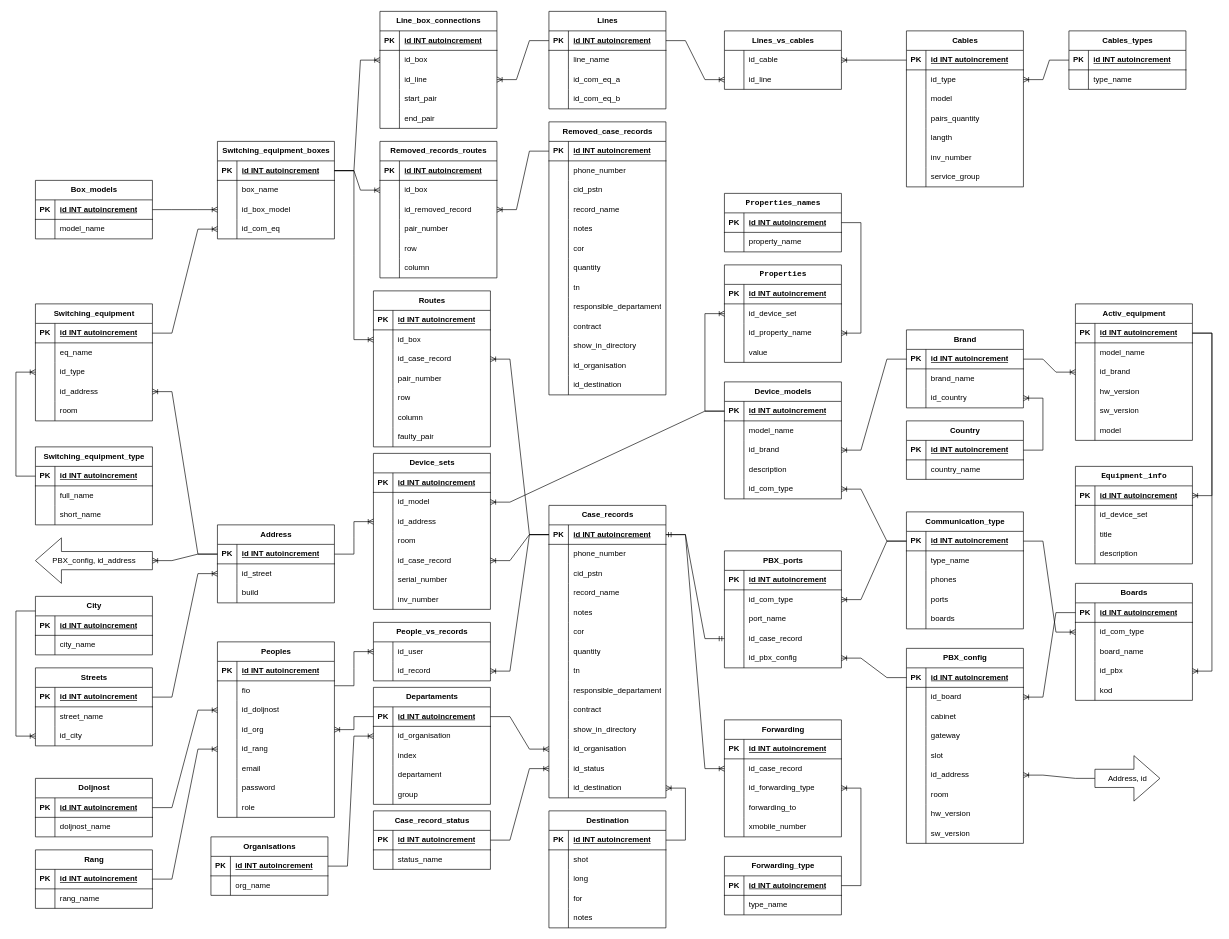
Earlier version of the draw.io diagram Project/БД для проекта.drawio (AndyHustler/HomeworkForJSFullStack). Source tidied: cells renumbered, new cells numbered last; positions are measured from the earlier drawing's top-left corner, leaving out a move shared by most shapes. Both pictures are drawn from the tidied source at 65%, with x=0, y=0 at pixel (16, 11).
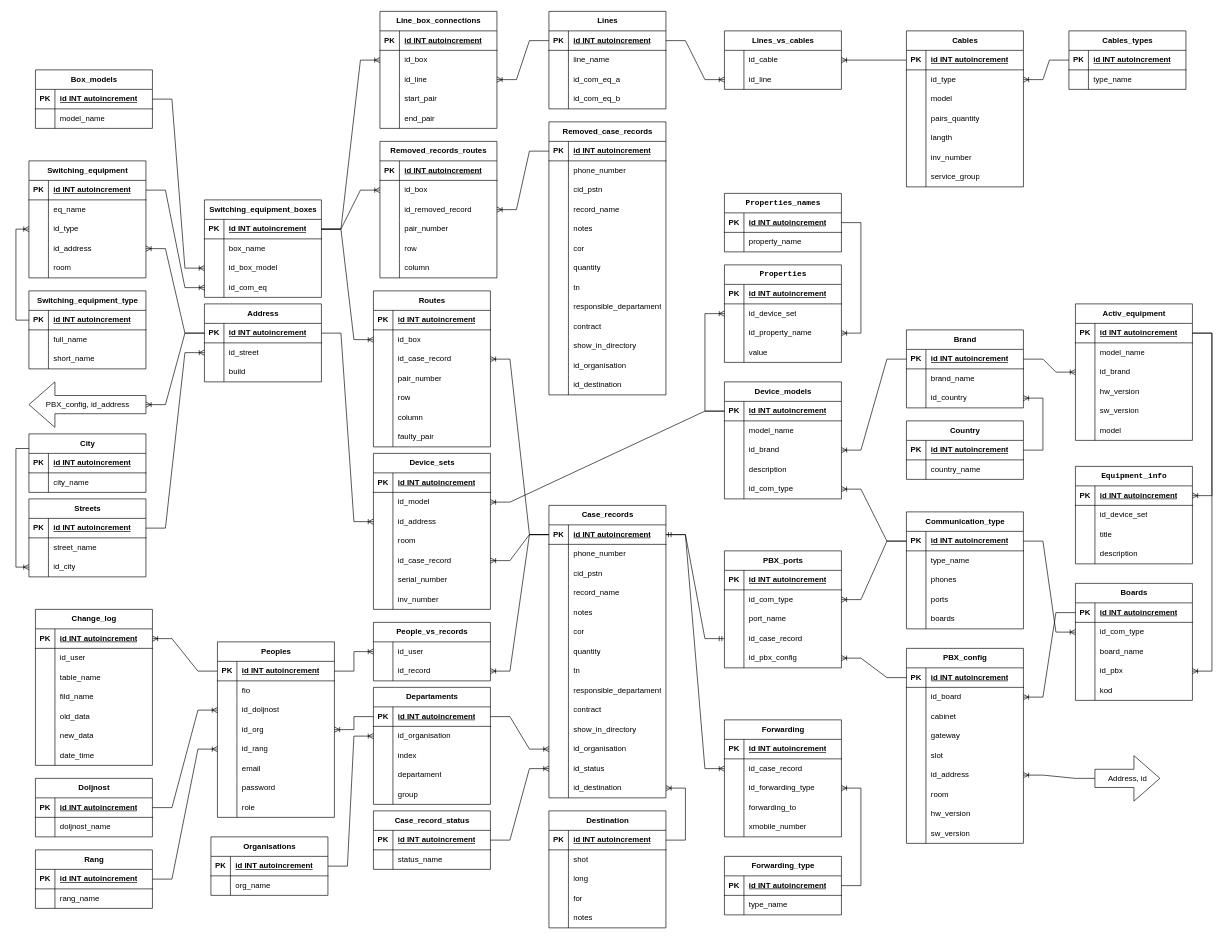
The same diagram, later.

The change refers to these unchanged cells:
```xml
<mxCell id="305" style="shape=tableRow;horizontal=0;startSize=0;swimlaneHead=0;swimlaneBody=0;fillColor=none;points=[[0,0.5],[1,0.5]];portConstraint=eastwest;top=0;left=0;right=0;bottom=0;" parent="304" vertex="1">
  <mxGeometry y="30" width="180" height="30" as="geometry" />
</mxCell>
<mxCell id="336" value="&lt;div&gt;Peoples&lt;/div&gt;" style="shape=table;startSize=30;childLayout=tableLayout;rowLines=0;fontStyle=1;align=center;html=1;" parent="1" vertex="1">
  <mxGeometry x="310" y="970" width="180" height="270" as="geometry" />
</mxCell>
<mxCell id="337" style="shape=tableRow;horizontal=0;startSize=0;swimlaneHead=0;swimlaneBody=0;fillColor=none;points=[[0,0.5],[1,0.5]];portConstraint=eastwest;top=0;left=0;right=0;bottom=1;" parent="336" vertex="1">
  <mxGeometry y="30" width="180" height="30" as="geometry" />
</mxCell>
```

What changed in the source:
```diff
@@
     <mxCell id="2" value="Switching_equipment" style="shape=table;startSize=30;childLayout=tableLayout;rowLines=0;fontStyle=1;align=center;html=1;" parent="1" vertex="1">
-      <mxGeometry x="30" y="450" width="180" height="180" as="geometry" />
+      <mxGeometry x="20" y="230" width="180" height="180" as="geometry" />
     </mxCell>
@@
     <mxCell id="18" value="Switching_equipment_boxes" style="shape=table;startSize=30;childLayout=tableLayout;rowLines=0;fontStyle=1;align=center;html=1;" parent="1" vertex="1">
-      <mxGeometry x="310" y="200" width="180" height="150" as="geometry" />
+      <mxGeometry x="290" y="290" width="180" height="150" as="geometry" />
     </mxCell>
@@
     <mxCell id="32" value="Switching_equipment_type" style="shape=table;startSize=30;childLayout=tableLayout;rowLines=0;fontStyle=1;align=center;html=1;" parent="1" vertex="1">
-      <mxGeometry x="30" y="670" width="180" height="120" as="geometry" />
+      <mxGeometry x="20" y="430" width="180" height="120" as="geometry" />
     </mxCell>
@@
     <mxCell id="43" value="Address" style="shape=table;startSize=30;childLayout=tableLayout;rowLines=0;fontStyle=1;align=center;html=1;" parent="1" vertex="1">
-      <mxGeometry x="310" y="790" width="180" height="120" as="geometry" />
+      <mxGeometry x="290" y="450" width="180" height="120" as="geometry" />
     </mxCell>
@@
     <mxCell id="87" value="Box_models" style="shape=table;startSize=30;childLayout=tableLayout;rowLines=0;fontStyle=1;align=center;html=1;" parent="1" vertex="1">
-      <mxGeometry x="30" y="260" width="180" height="90" as="geometry" />
+      <mxGeometry x="30" y="90" width="180" height="90" as="geometry" />
     </mxCell>
@@
     <mxCell id="191" value="City" style="shape=table;startSize=30;childLayout=tableLayout;rowLines=0;fontStyle=1;align=center;html=1;" parent="1" vertex="1">
-      <mxGeometry x="30" y="900" width="180" height="90" as="geometry" />
+      <mxGeometry x="20" y="650" width="180" height="90" as="geometry" />
     </mxCell>
@@
     <mxCell id="199" value="Streets" style="shape=table;startSize=30;childLayout=tableLayout;rowLines=0;fontStyle=1;align=center;html=1;" parent="1" vertex="1">
-      <mxGeometry x="30" y="1010" width="180" height="120" as="geometry" />
+      <mxGeometry x="20" y="750" width="180" height="120" as="geometry" />
     </mxCell>
@@
-    <mxCell id="362" style="edgeStyle=entityRelationEdgeStyle;fontSize=12;html=1;endArrow=ERoneToMany;rounded=0;exitX=1;exitY=0.25;exitDx=0;exitDy=0;entryX=0;entryY=0.5;entryDx=0;entryDy=0;" parent="1" edge="1" source="336" target="305">
+    <mxCell id="362" style="edgeStyle=entityRelationEdgeStyle;fontSize=12;html=1;endArrow=ERoneToMany;rounded=0;exitX=1;exitY=0.5;exitDx=0;exitDy=0;entryX=0;entryY=0.5;entryDx=0;entryDy=0;" parent="1" edge="1" source="337" target="305">
       <mxGeometry relative="1" as="geometry" />
     </mxCell>
@@
     <mxCell id="578" value="PBX_config, id_address" style="html=1;shadow=0;dashed=0;align=center;verticalAlign=middle;shape=mxgraph.arrows2.arrow;dy=0.6;dx=40;notch=0;direction=west;" parent="1" vertex="1">
-      <mxGeometry x="30" y="810" width="180" height="70" as="geometry" />
+      <mxGeometry x="20" y="570" width="180" height="70" as="geometry" />
     </mxCell>
@@
+    <mxCell id="610" value="Change_log" style="shape=table;startSize=30;childLayout=tableLayout;rowLines=0;fontStyle=1;align=center;html=1;" parent="1" vertex="1">
+      <mxGeometry x="30" y="920" width="180" height="240" as="geometry" />
+    </mxCell>
+    <mxCell id="611" style="shape=tableRow;horizontal=0;startSize=0;swimlaneHead=0;swimlaneBody=0;fillColor=none;points=[[0,0.5],[1,0.5]];portConstraint=eastwest;top=0;left=0;right=0;bottom=1;" parent="610" vertex="1">
+      <mxGeometry y="30" width="180" height="30" as="geometry" />
+    </mxCell>
+    <mxCell id="612" value="PK" style="shape=partialRectangle;fillColor=none;top=0;left=0;bottom=0;right=0;fontStyle=1;overflow=hidden;whiteSpace=wrap;html=1;" parent="611" vertex="1">
+      <mxGeometry width="30" height="30" as="geometry" />
+    </mxCell>
+    <mxCell id="613" value="id INT autoincrement" style="shape=partialRectangle;fillColor=none;top=0;left=0;bottom=0;right=0;align=left;spacingLeft=6;fontStyle=5;overflow=hidden;whiteSpace=wrap;html=1;" parent="611" vertex="1">
+      <mxGeometry x="30" width="150" height="30" as="geometry" />
+    </mxCell>
+    <mxCell id="614" style="shape=tableRow;horizontal=0;startSize=0;swimlaneHead=0;swimlaneBody=0;fillColor=none;top=0;left=0;right=0;bottom=0;" parent="610" vertex="1">
+      <mxGeometry y="60" width="180" height="30" as="geometry" />
+    </mxCell>
+    <mxCell id="615" style="shape=partialRectangle;fillColor=none;top=0;left=0;bottom=0;right=0;overflow=hidden;whiteSpace=wrap;html=1;" parent="614" vertex="1">
+      <mxGeometry width="30" height="30" as="geometry" />
+    </mxCell>
+    <mxCell id="616" value="id_user" style="shape=partialRectangle;fillColor=none;top=0;left=0;bottom=0;right=0;align=left;spacingLeft=6;overflow=hidden;whiteSpace=wrap;html=1;" parent="614" vertex="1">
+      <mxGeometry x="30" width="150" height="30" as="geometry" />
+    </mxCell>
+    <mxCell id="617" style="shape=tableRow;horizontal=0;startSize=0;swimlaneHead=0;swimlaneBody=0;fillColor=none;top=0;left=0;right=0;bottom=0;" parent="610" vertex="1">
+      <mxGeometry y="90" width="180" height="30" as="geometry" />
+    </mxCell>
+    <mxCell id="618" style="shape=partialRectangle;fillColor=none;top=0;left=0;bottom=0;right=0;overflow=hidden;whiteSpace=wrap;html=1;" parent="617" vertex="1">
+      <mxGeometry width="30" height="30" as="geometry" />
+    </mxCell>
+    <mxCell id="619" value="table_name" style="shape=partialRectangle;fillColor=none;top=0;left=0;bottom=0;right=0;align=left;spacingLeft=6;overflow=hidden;whiteSpace=wrap;html=1;" parent="617" vertex="1">
+      <mxGeometry x="30" width="150" height="30" as="geometry" />
+    </mxCell>
+    <mxCell id="620" style="shape=tableRow;horizontal=0;startSize=0;swimlaneHead=0;swimlaneBody=0;fillColor=none;top=0;left=0;right=0;bottom=0;" parent="610" vertex="1">
+      <mxGeometry y="120" width="180" height="30" as="geometry" />
+    </mxCell>
+    <mxCell id="621" style="shape=partialRectangle;fillColor=none;top=0;left=0;bottom=0;right=0;overflow=hidden;whiteSpace=wrap;html=1;" parent="620" vertex="1">
+      <mxGeometry width="30" height="30" as="geometry" />
+    </mxCell>
+    <mxCell id="622" value="fild_name" style="shape=partialRectangle;fillColor=none;top=0;left=0;bottom=0;right=0;align=left;spacingLeft=6;overflow=hidden;whiteSpace=wrap;html=1;" parent="620" vertex="1">
+      <mxGeometry x="30" width="150" height="30" as="geometry" />
+    </mxCell>
+    <mxCell id="623" style="shape=tableRow;horizontal=0;startSize=0;swimlaneHead=0;swimlaneBody=0;fillColor=none;top=0;left=0;right=0;bottom=0;" parent="610" vertex="1">
+      <mxGeometry y="150" width="180" height="30" as="geometry" />
+    </mxCell>
+    <mxCell id="624" style="shape=partialRectangle;fillColor=none;top=0;left=0;bottom=0;right=0;overflow=hidden;whiteSpace=wrap;html=1;" parent="623" vertex="1">
+      <mxGeometry width="30" height="30" as="geometry" />
+    </mxCell>
+    <mxCell id="625" value="old_data" style="shape=partialRectangle;fillColor=none;top=0;left=0;bottom=0;right=0;align=left;spacingLeft=6;overflow=hidden;whiteSpace=wrap;html=1;" parent="623" vertex="1">
+      <mxGeometry x="30" width="150" height="30" as="geometry" />
+    </mxCell>
+    <mxCell id="626" style="shape=tableRow;horizontal=0;startSize=0;swimlaneHead=0;swimlaneBody=0;fillColor=none;top=0;left=0;right=0;bottom=0;" parent="610" vertex="1">
+      <mxGeometry y="180" width="180" height="30" as="geometry" />
+    </mxCell>
+    <mxCell id="627" style="shape=partialRectangle;fillColor=none;top=0;left=0;bottom=0;right=0;overflow=hidden;whiteSpace=wrap;html=1;" parent="626" vertex="1">
+      <mxGeometry width="30" height="30" as="geometry" />
+    </mxCell>
+    <mxCell id="628" value="new_data" style="shape=partialRectangle;fillColor=none;top=0;left=0;bottom=0;right=0;align=left;spacingLeft=6;overflow=hidden;whiteSpace=wrap;html=1;" parent="626" vertex="1">
+      <mxGeometry x="30" width="150" height="30" as="geometry" />
+    </mxCell>
+    <mxCell id="629" style="shape=tableRow;horizontal=0;startSize=0;swimlaneHead=0;swimlaneBody=0;fillColor=none;top=0;left=0;right=0;bottom=0;" parent="610" vertex="1">
+      <mxGeometry y="210" width="180" height="30" as="geometry" />
+    </mxCell>
+    <mxCell id="630" style="shape=partialRectangle;fillColor=none;top=0;left=0;bottom=0;right=0;overflow=hidden;whiteSpace=wrap;html=1;" parent="629" vertex="1">
+      <mxGeometry width="30" height="30" as="geometry" />
+    </mxCell>
+    <mxCell id="631" value="date_time" style="shape=partialRectangle;fillColor=none;top=0;left=0;bottom=0;right=0;align=left;spacingLeft=6;overflow=hidden;whiteSpace=wrap;html=1;" parent="629" vertex="1">
+      <mxGeometry x="30" width="150" height="30" as="geometry" />
+    </mxCell>
+    <mxCell id="632" style="edgeStyle=entityRelationEdgeStyle;fontSize=12;html=1;endArrow=ERoneToMany;rounded=0;exitX=0;exitY=0.5;exitDx=0;exitDy=0;entryX=1;entryY=0.5;entryDx=0;entryDy=0;" parent="1" edge="1" source="337" target="611">
+      <mxGeometry relative="1" as="geometry" />
+    </mxCell>
```
